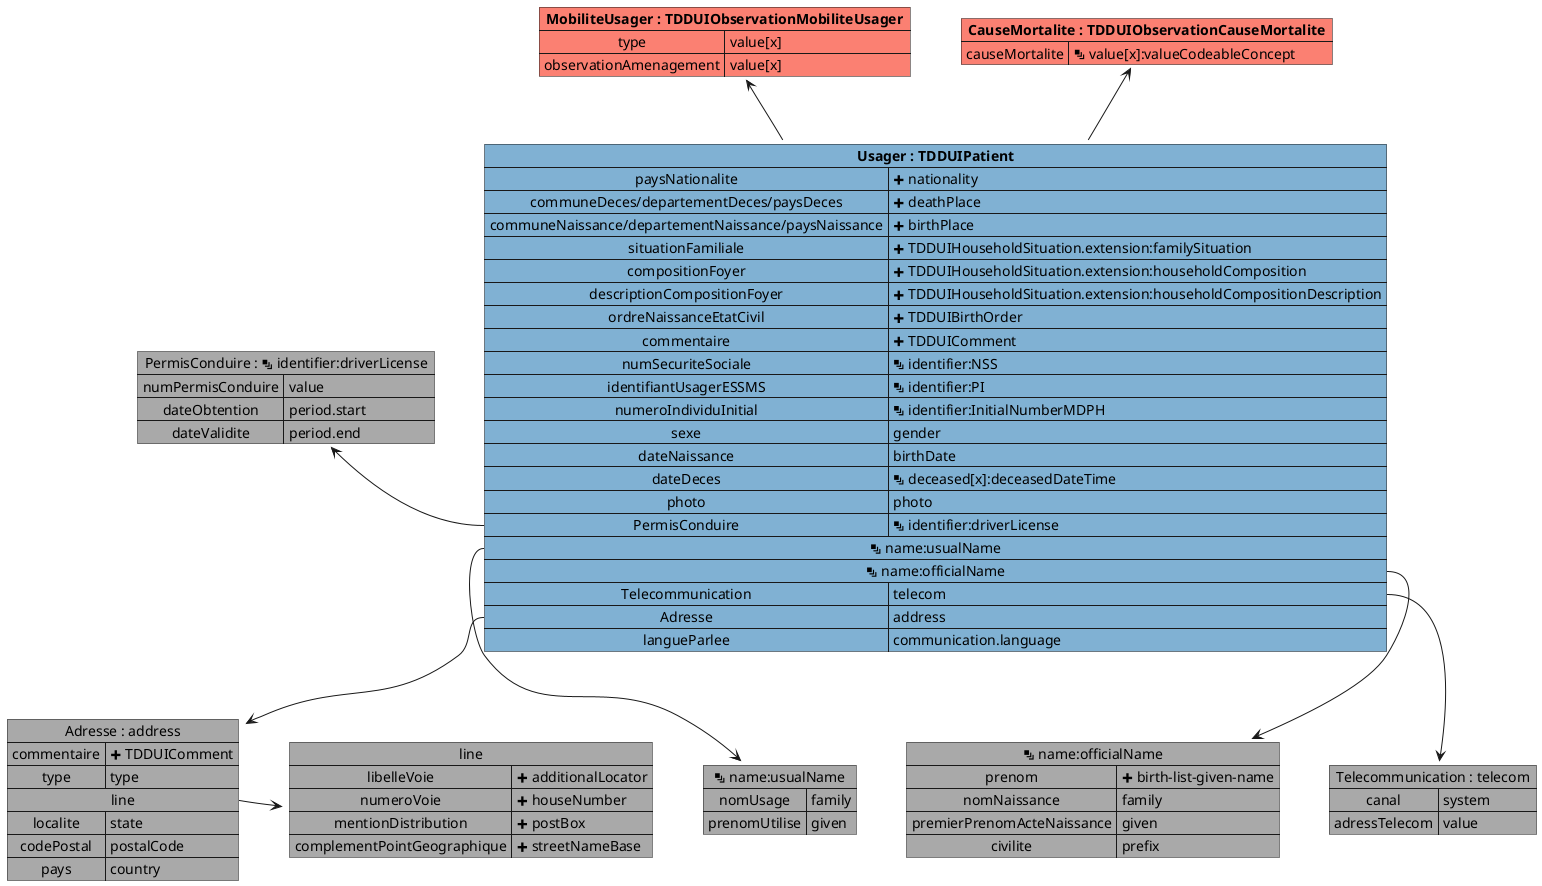
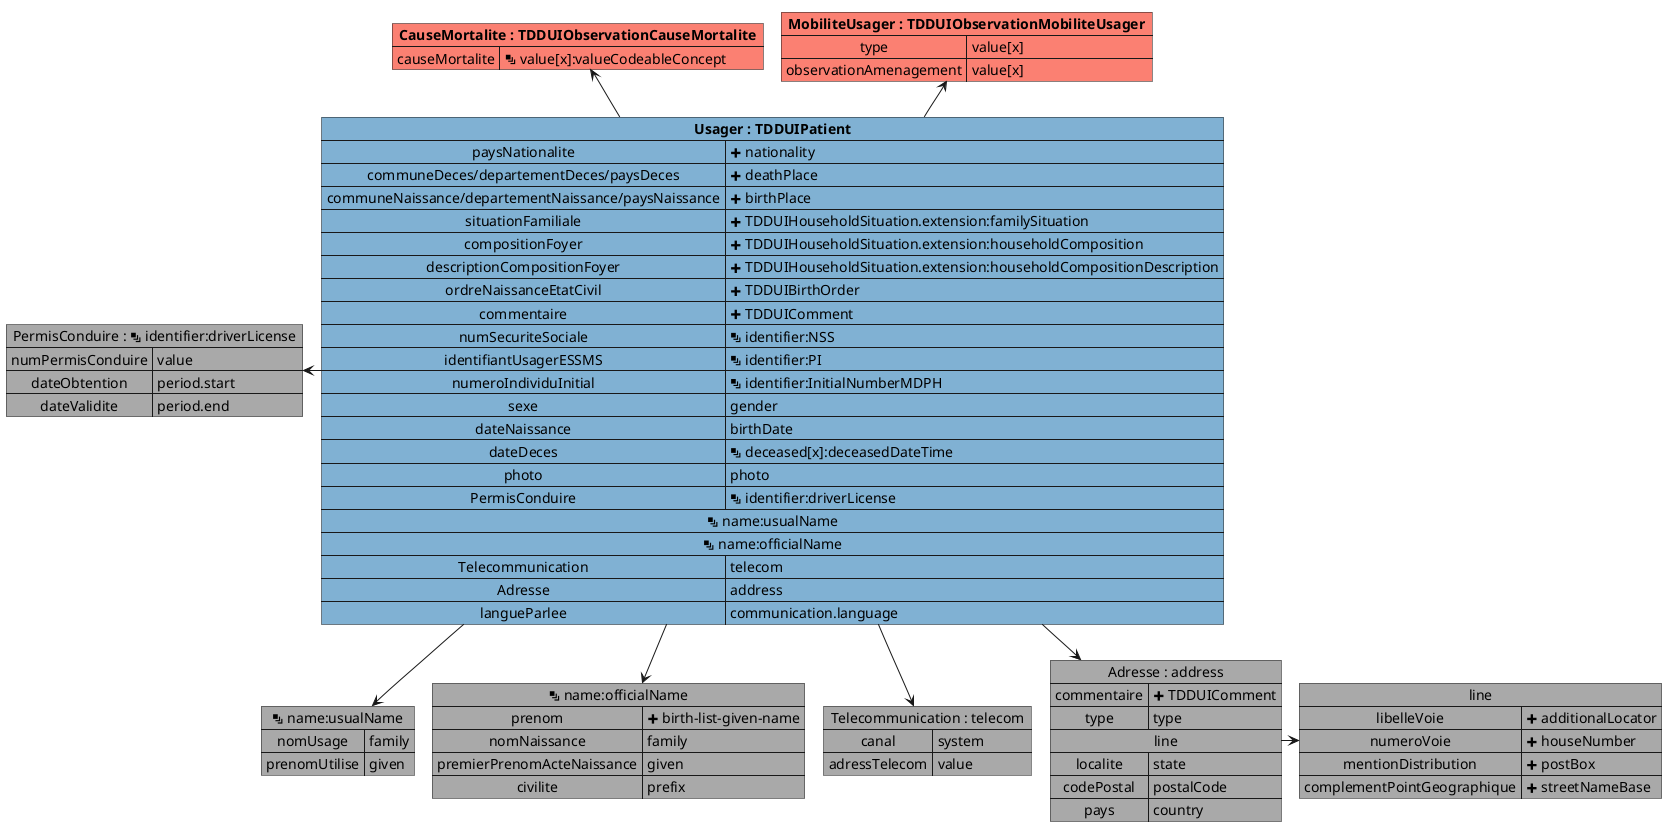
@startuml
- 
+ !pragma layout smetana


map "PermisConduire : <&layers> identifier:driverLicense" as PermisConduire #DarkGray {
    numPermisConduire => value
    dateObtention => period.start
    dateValidite => period.end
}

map "line" as line #DarkGray {
    libelleVoie => <&plus> additionalLocator
    numeroVoie => <&plus> houseNumber
    mentionDistribution => <&plus> postBox
    complementPointGeographique => <&plus> streetNameBase
}

map "<&layers> name:usualName" as nameusualName #DarkGray {
    nomUsage => family
    prenomUtilise => given
}

map "<&layers> name:officialName" as nameofficialName #DarkGray {
    prenom => <&plus> birth-list-given-name
    nomNaissance => family
    premierPrenomActeNaissance => given
    civilite => prefix
}

map "Telecommunication : telecom" as Telecommunication #DarkGray {
    canal => system
    adressTelecom => value
}

map "Adresse : address" as Adresse #DarkGray {
    commentaire => <&plus> TDDUIComment
    type => type
    line *-> line
    localite => state
    codePostal => postalCode
    pays => country
}

map "**Usager : TDDUIPatient**" as Usager #80b1d3 {
    paysNationalite => <&plus> nationality
    communeDeces/departementDeces/paysDeces => <&plus> deathPlace
    communeNaissance/departementNaissance/paysNaissance => <&plus> birthPlace
    situationFamiliale => <&plus> TDDUIHouseholdSituation.extension:familySituation
    compositionFoyer => <&plus> TDDUIHouseholdSituation.extension:householdComposition
    descriptionCompositionFoyer => <&plus> TDDUIHouseholdSituation.extension:householdCompositionDescription
    ordreNaissanceEtatCivil => <&plus> TDDUIBirthOrder
    commentaire => <&plus> TDDUIComment
    numSecuriteSociale => <&layers> identifier:NSS
    identifiantUsagerESSMS => <&layers> identifier:PI
    numeroIndividuInitial => <&layers> identifier:InitialNumberMDPH
    sexe => gender
    dateNaissance => birthDate
    dateDeces => <&layers> deceased[x]:deceasedDateTime
    photo => photo
    PermisConduire => <&layers> identifier:driverLicense
    <&layers> name:usualName *--> nameusualName
    <&layers> name:officialName *--> nameofficialName
    Telecommunication => telecom
    Adresse => address
    langueParlee => communication.language
}

map "**CauseMortalite : TDDUIObservationCauseMortalite**" as CauseMortalite #fb8072 {
    causeMortalite => <&layers> value[x]:valueCodeableConcept
}

map "**MobiliteUsager : TDDUIObservationMobiliteUsager**" as MobiliteUsager #fb8072 {
    type => value[x]
    observationAmenagement => value[x]
}

Usager -u-> CauseMortalite
Usager -u-> MobiliteUsager


Usager::PermisConduire -l-> PermisConduire
Usager::Telecommunication -d-> Telecommunication
Usager::Adresse -d-> Adresse

@enduml